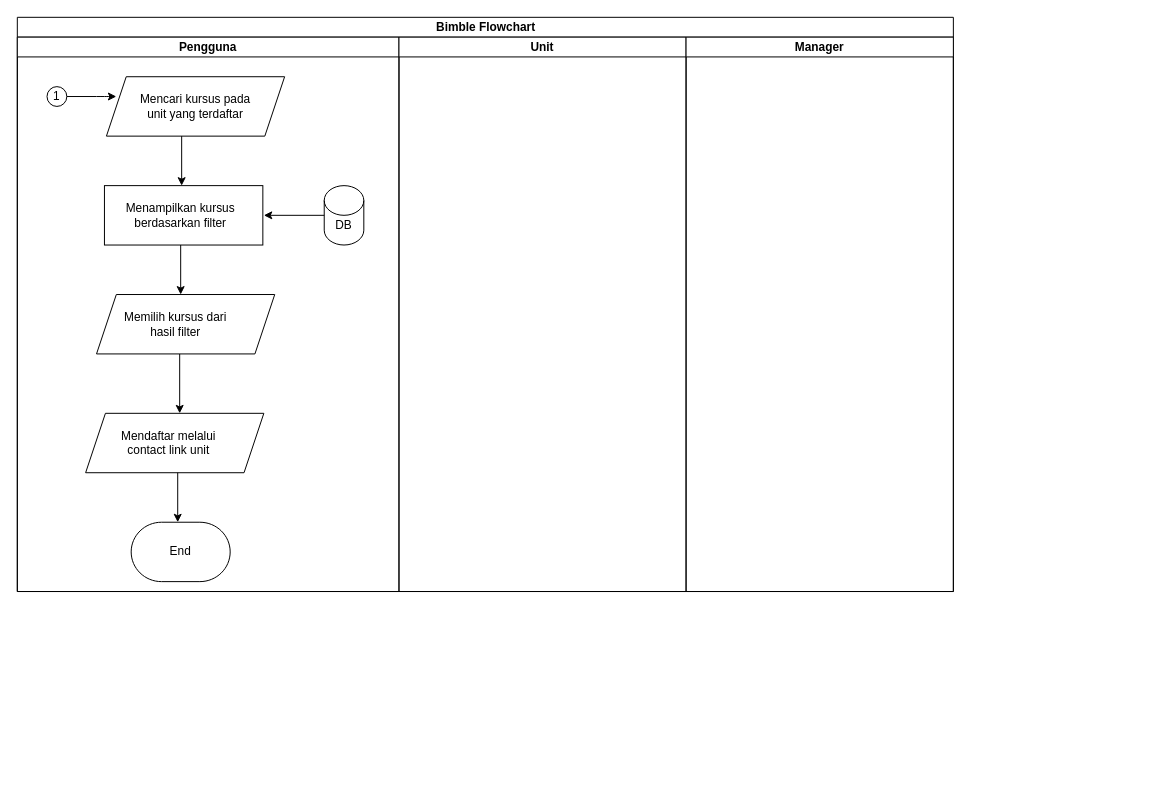
Above: public/Untitled Diagram.drawio in gunawan98/project-f (draw.io), before the change. Source tidied: cells renumbered, new cells numbered last; positions are measured from the earlier drawing's top-left corner, leaving out a move shared by most shapes. Both pictures are drawn from the tidied source at 99%, with x=0, y=0 at pixel (17, 17).
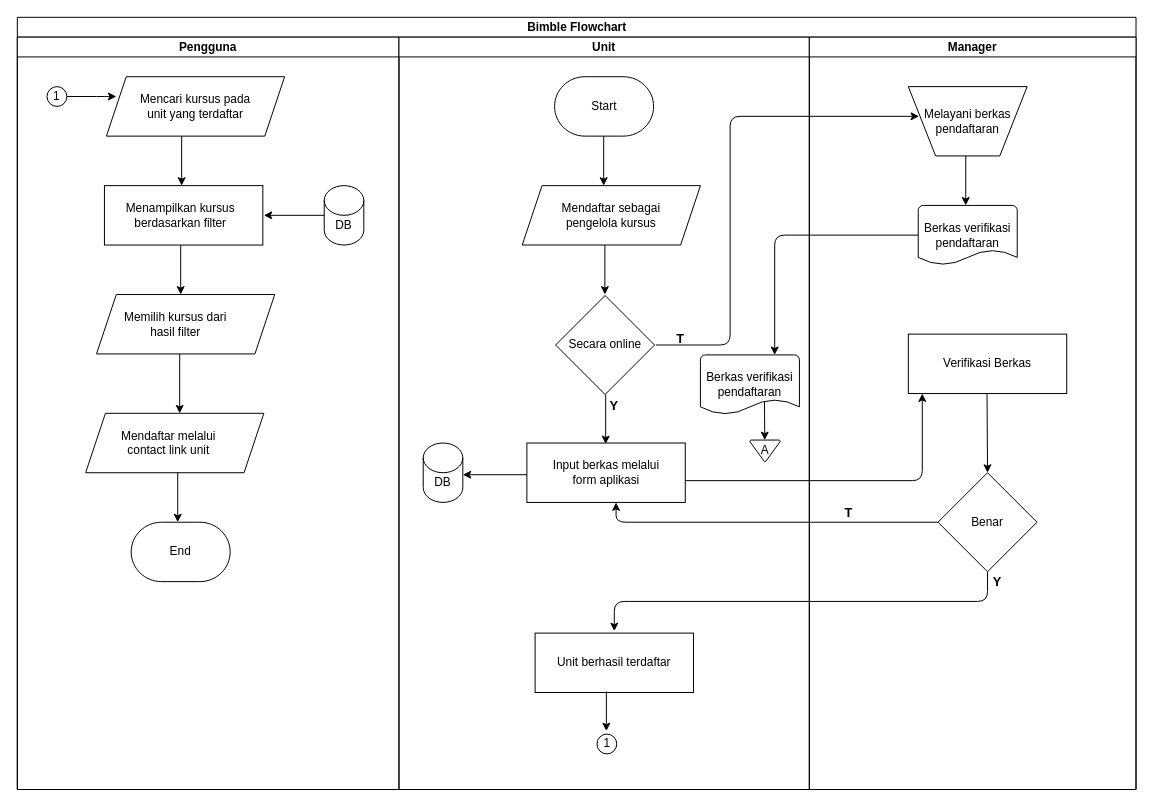
The same diagram, later.

Change to the diagram source:
```diff
@@
     <mxCell id="2" value="Bimble Flowchart" style="swimlane;startSize=20;strokeColor=#000000;fillColor=#ffffff;html=1;" parent="1" vertex="1">
-      <mxGeometry width="945.5" height="580" as="geometry" />
+      <mxGeometry width="1130" height="780" as="geometry" />
     </mxCell>
     <mxCell id="3" value="Pengguna" style="swimlane;startSize=20;" parent="2" vertex="1">
-      <mxGeometry y="20" width="385.5" height="560" as="geometry" />
+      <mxGeometry y="20" width="385.5" height="760" as="geometry" />
     </mxCell>
@@
+    <mxCell id="25" style="endArrow=classic;html=1;startSize=40;entryX=0.75;entryY=0;entryDx=0;entryDy=0;entryPerimeter=0;exitX=0;exitY=0.5;exitDx=0;exitDy=0;exitPerimeter=0;edgeStyle=orthogonalEdgeStyle;" parent="2" edge="1" source="48" target="42">
+      <mxGeometry relative="1" as="geometry" />
+    </mxCell>
+    <mxCell id="26" style="endArrow=classic;html=1;startSize=40;exitX=0.063;exitY=1.033;exitDx=0;exitDy=0;exitPerimeter=0;edgeStyle=orthogonalEdgeStyle;entryX=0.97;entryY=0.667;entryDx=0;entryDy=0;entryPerimeter=0;" parent="2" edge="1">
+      <mxGeometry relative="1" as="geometry">
+        <mxPoint x="673.9" y="468" as="sourcePoint" />
+        <mxPoint x="914.1" y="380" as="targetPoint" />
+        <Array as="points">
+          <mxPoint x="914" y="468" />
+        </Array>
+      </mxGeometry>
+    </mxCell>
+    <mxCell id="27" style="endArrow=classic;html=1;startSize=40;exitX=0;exitY=0.5;exitDx=0;exitDy=0;exitPerimeter=0;entryX=0.75;entryY=1;entryDx=0;entryDy=0;edgeStyle=orthogonalEdgeStyle;" parent="2" edge="1" source="51">
+      <mxGeometry relative="1" as="geometry">
+        <mxPoint x="604.8" y="490" as="targetPoint" />
+        <Array as="points">
+          <mxPoint x="605" y="510" />
+        </Array>
+      </mxGeometry>
+    </mxCell>
     <mxCell id="20" value="Unit" style="swimlane;startSize=20;" parent="2" vertex="1">
-      <mxGeometry x="385.5" y="20" width="290" height="560" as="geometry" />
+      <mxGeometry x="385.5" y="20" width="414.5" height="760" as="geometry" />
     </mxCell>
+    <mxCell id="28" value="Start" style="strokeWidth=1;html=1;shape=mxgraph.flowchart.terminator;whiteSpace=wrap;startSize=40;fillColor=#ffffff;" parent="20" vertex="1">
+      <mxGeometry x="157.2" y="40" width="100" height="60" as="geometry" />
+    </mxCell>
+    <mxCell id="29" value="Mendaftar sebagai &lt;br&gt;pengelola kursus" style="shape=parallelogram;perimeter=parallelogramPerimeter;whiteSpace=wrap;html=1;fixedSize=1;startSize=40;strokeColor=#000000;fillColor=#ffffff;" parent="20" vertex="1">
+      <mxGeometry x="124.5" y="150" width="180" height="60" as="geometry" />
+    </mxCell>
+    <mxCell id="30" style="endArrow=classic;html=1;startSize=40;entryX=0.463;entryY=0.033;entryDx=0;entryDy=0;entryPerimeter=0;" parent="20" edge="1">
+      <mxGeometry relative="1" as="geometry">
+        <mxPoint x="208" y="210" as="sourcePoint" />
+        <mxPoint x="208" y="260" as="targetPoint" />
+      </mxGeometry>
+    </mxCell>
+    <mxCell id="31" style="endArrow=classic;html=1;startSize=40;entryX=0.463;entryY=0.033;entryDx=0;entryDy=0;entryPerimeter=0;" parent="20" edge="1">
+      <mxGeometry relative="1" as="geometry">
+        <mxPoint x="206.8" y="100" as="sourcePoint" />
+        <mxPoint x="206.8" y="150" as="targetPoint" />
+      </mxGeometry>
+    </mxCell>
+    <mxCell id="32" value="Secara online" style="strokeWidth=1;html=1;shape=mxgraph.flowchart.decision;whiteSpace=wrap;startSize=40;fillColor=#ffffff;" parent="20" vertex="1">
+      <mxGeometry x="158.2" y="261" width="100" height="100" as="geometry" />
+    </mxCell>
+    <mxCell id="33" style="endArrow=classic;html=1;startSize=40;entryX=0.463;entryY=0.033;entryDx=0;entryDy=0;entryPerimeter=0;" parent="20" edge="1">
+      <mxGeometry relative="1" as="geometry">
+        <mxPoint x="208.8" y="361" as="sourcePoint" />
+        <mxPoint x="208.8" y="411" as="targetPoint" />
+      </mxGeometry>
+    </mxCell>
+    <mxCell id="34" value="Input berkas melalui &lt;br&gt;form aplikasi" style="rounded=0;whiteSpace=wrap;html=1;startSize=40;strokeColor=#000000;fillColor=#ffffff;" parent="20" vertex="1">
+      <mxGeometry x="129.2" y="410" width="160" height="60" as="geometry" />
+    </mxCell>
+    <mxCell id="35" value="Unit berhasil terdaftar" style="rounded=0;whiteSpace=wrap;html=1;startSize=40;strokeColor=#000000;fillColor=#ffffff;" parent="20" vertex="1">
+      <mxGeometry x="137.5" y="602" width="160" height="60" as="geometry" />
+    </mxCell>
+    <mxCell id="36" style="verticalLabelPosition=bottom;verticalAlign=top;html=1;shape=mxgraph.flowchart.on-page_reference;startSize=40;strokeColor=#000000;strokeWidth=1;fillColor=#ffffff;" parent="20" vertex="1">
+      <mxGeometry x="200" y="704" width="20" height="20" as="geometry" />
+    </mxCell>
+    <mxCell id="37" style="endArrow=classic;html=1;startSize=40;" parent="20" edge="1">
+      <mxGeometry relative="1" as="geometry">
+        <mxPoint x="209.5" y="661" as="sourcePoint" />
+        <mxPoint x="209.5" y="701" as="targetPoint" />
+      </mxGeometry>
+    </mxCell>
+    <mxCell id="38" value="1" style="text;html=1;strokeColor=none;fillColor=none;align=center;verticalAlign=middle;whiteSpace=wrap;rounded=0;startSize=40;" parent="20" vertex="1">
+      <mxGeometry x="190" y="704" width="40" height="20" as="geometry" />
+    </mxCell>
+    <mxCell id="39" style="shape=cylinder3;whiteSpace=wrap;html=1;boundedLbl=1;backgroundOutline=1;size=15;startSize=40;strokeColor=#000000;fillColor=#ffffff;" parent="20" vertex="1">
+      <mxGeometry x="24.5" y="410" width="40" height="60" as="geometry" />
+    </mxCell>
+    <mxCell id="40" value="DB" style="text;html=1;strokeColor=none;fillColor=none;align=center;verticalAlign=middle;whiteSpace=wrap;rounded=0;startSize=40;" parent="20" vertex="1">
+      <mxGeometry x="24.5" y="440" width="40" height="20" as="geometry" />
+    </mxCell>
+    <mxCell id="41" style="endArrow=classic;html=1;startSize=40;entryX=1;entryY=0;entryDx=0;entryDy=0;exitX=0;exitY=0.5;exitDx=0;exitDy=0;" parent="20" edge="1">
+      <mxGeometry relative="1" as="geometry">
+        <mxPoint x="129.2" y="442" as="sourcePoint" />
+        <mxPoint x="64.5" y="442" as="targetPoint" />
+      </mxGeometry>
+    </mxCell>
+    <mxCell id="42" value="&#10;&#10;&lt;span style=&quot;color: rgb(0, 0, 0); font-family: helvetica; font-size: 12px; font-style: normal; font-weight: 400; letter-spacing: normal; text-align: center; text-indent: 0px; text-transform: none; word-spacing: 0px; background-color: rgb(248, 249, 250); display: inline; float: none;&quot;&gt;Berkas verifikasi pendaftaran&lt;/span&gt;&#10;&#10;" style="strokeWidth=1;html=1;shape=mxgraph.flowchart.document2;whiteSpace=wrap;size=0.25;startSize=40;fillColor=#ffffff;" parent="20" vertex="1">
+      <mxGeometry x="304.5" y="321" width="100" height="60" as="geometry" />
+    </mxCell>
+    <mxCell id="43" value="A" style="strokeWidth=1;html=1;shape=mxgraph.flowchart.merge_or_storage;whiteSpace=wrap;startSize=40;fillColor=#ffffff;" parent="20" vertex="1">
+      <mxGeometry x="354.5" y="407" width="30.5" height="22" as="geometry" />
+    </mxCell>
+    <mxCell id="44" style="endArrow=classic;html=1;startSize=40;" parent="20" edge="1">
+      <mxGeometry relative="1" as="geometry">
+        <mxPoint x="369.2" y="368" as="sourcePoint" />
+        <mxPoint x="369.5" y="407" as="targetPoint" />
+      </mxGeometry>
+    </mxCell>
+    <mxCell id="45" value="&lt;font style=&quot;font-size: 13px&quot;&gt;&lt;b&gt;T&lt;/b&gt;&lt;/font&gt;" style="text;html=1;strokeColor=none;fillColor=none;align=center;verticalAlign=middle;whiteSpace=wrap;rounded=0;startSize=40;" parent="20" vertex="1">
+      <mxGeometry x="264.5" y="294" width="40" height="20" as="geometry" />
+    </mxCell>
+    <mxCell id="46" value="&lt;span style=&quot;font-size: 13px&quot;&gt;&lt;b&gt;Y&lt;/b&gt;&lt;/span&gt;" style="text;html=1;strokeColor=none;fillColor=none;align=center;verticalAlign=middle;whiteSpace=wrap;rounded=0;startSize=40;" parent="20" vertex="1">
+      <mxGeometry x="197.5" y="362" width="40" height="20" as="geometry" />
+    </mxCell>
     <mxCell id="21" value="Manager" style="swimlane;startSize=20;" parent="2" vertex="1">
-      <mxGeometry x="675.5" y="20" width="270" height="560" as="geometry" />
+      <mxGeometry x="800" y="20" width="330" height="760" as="geometry" />
     </mxCell>
+    <mxCell id="47" value="Melayani berkas pendaftaran" style="verticalLabelPosition=middle;verticalAlign=middle;html=1;shape=trapezoid;perimeter=trapezoidPerimeter;whiteSpace=wrap;size=0.23;arcSize=10;flipV=1;labelPosition=center;align=center;startSize=40;strokeColor=#000000;strokeWidth=1;fillColor=#ffffff;" parent="21" vertex="1">
+      <mxGeometry x="100" y="50" width="120" height="70" as="geometry" />
+    </mxCell>
+    <mxCell id="48" value="Berkas verifikasi pendaftaran" style="strokeWidth=1;html=1;shape=mxgraph.flowchart.document2;whiteSpace=wrap;size=0.25;startSize=40;fillColor=#ffffff;" parent="21" vertex="1">
+      <mxGeometry x="110" y="170" width="100" height="60" as="geometry" />
+    </mxCell>
+    <mxCell id="49" value="Verifikasi Berkas" style="rounded=0;whiteSpace=wrap;html=1;startSize=40;strokeColor=#000000;fillColor=#ffffff;" parent="21" vertex="1">
+      <mxGeometry x="100" y="300" width="160" height="60" as="geometry" />
+    </mxCell>
+    <mxCell id="50" style="endArrow=classic;html=1;startSize=40;entryX=0.5;entryY=0;entryDx=0;entryDy=0;entryPerimeter=0;" parent="21" edge="1" target="51">
+      <mxGeometry relative="1" as="geometry">
+        <mxPoint x="179.5" y="360" as="sourcePoint" />
+      </mxGeometry>
+    </mxCell>
+    <mxCell id="51" value="Benar" style="strokeWidth=1;html=1;shape=mxgraph.flowchart.decision;whiteSpace=wrap;startSize=40;fillColor=#ffffff;" parent="21" vertex="1">
+      <mxGeometry x="130" y="440" width="100" height="100" as="geometry" />
+    </mxCell>
+    <mxCell id="52" value="&lt;font style=&quot;font-size: 13px&quot;&gt;&lt;b&gt;T&lt;/b&gt;&lt;/font&gt;" style="text;html=1;strokeColor=none;fillColor=none;align=center;verticalAlign=middle;whiteSpace=wrap;rounded=0;startSize=40;" parent="21" vertex="1">
+      <mxGeometry x="20" y="470" width="40" height="20" as="geometry" />
+    </mxCell>
+    <mxCell id="53" value="&lt;span style=&quot;font-size: 13px&quot;&gt;&lt;b&gt;Y&lt;/b&gt;&lt;/span&gt;" style="text;html=1;strokeColor=none;fillColor=none;align=center;verticalAlign=middle;whiteSpace=wrap;rounded=0;startSize=40;" parent="21" vertex="1">
+      <mxGeometry x="170" y="540" width="40" height="20" as="geometry" />
+    </mxCell>
+    <mxCell id="54" style="endArrow=classic;html=1;startSize=40;edgeStyle=orthogonalEdgeStyle;exitX=0.5;exitY=0.9;exitDx=0;exitDy=0;exitPerimeter=0;" parent="2" edge="1">
+      <mxGeometry relative="1" as="geometry">
+        <mxPoint x="980" y="560" as="sourcePoint" />
+        <mxPoint x="603" y="620" as="targetPoint" />
+        <Array as="points">
+          <mxPoint x="980" y="590" />
+          <mxPoint x="603" y="590" />
+        </Array>
+      </mxGeometry>
+    </mxCell>
@@
+    <mxCell id="55" style="endArrow=classic;html=1;startSize=40;entryX=0.463;entryY=0.033;entryDx=0;entryDy=0;entryPerimeter=0;" parent="1" edge="1">
+      <mxGeometry relative="1" as="geometry">
+        <mxPoint x="958" y="140" as="sourcePoint" />
+        <mxPoint x="958" y="190" as="targetPoint" />
+      </mxGeometry>
+    </mxCell>
+    <mxCell id="56" style="endArrow=classic;html=1;startSize=40;entryX=0.463;entryY=0.033;entryDx=0;entryDy=0;entryPerimeter=0;exitX=0;exitY=0.5;exitDx=0;exitDy=0;edgeStyle=orthogonalEdgeStyle;" parent="1" edge="1">
+      <mxGeometry relative="1" as="geometry">
+        <mxPoint x="645" y="331" as="sourcePoint" />
+        <mxPoint x="910.8" y="100" as="targetPoint" />
+        <Array as="points">
+          <mxPoint x="720" y="331" />
+          <mxPoint x="720" y="100" />
+        </Array>
+      </mxGeometry>
+    </mxCell>
```
